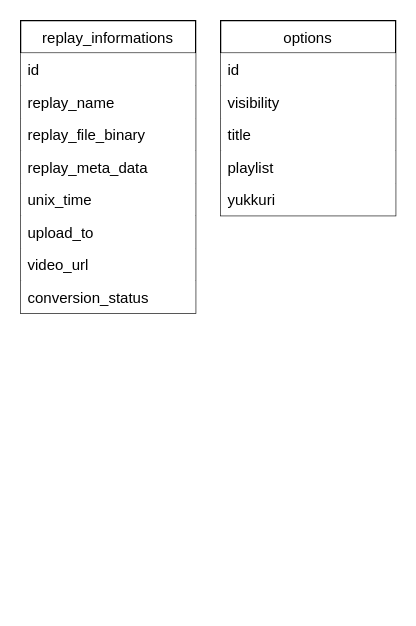
Earlier version of the draw.io diagram page "Page-4" (4 of 4) of Untitled Diagram.drawio (tforce7171/replay_-to_video). Source tidied: cells renumbered, new cells numbered last; positions are measured from the earlier drawing's top-left corner, leaving out a move shared by most shapes. Both pictures are drawn from the tidied source at 125%, with x=0, y=0 at pixel (20, 20).
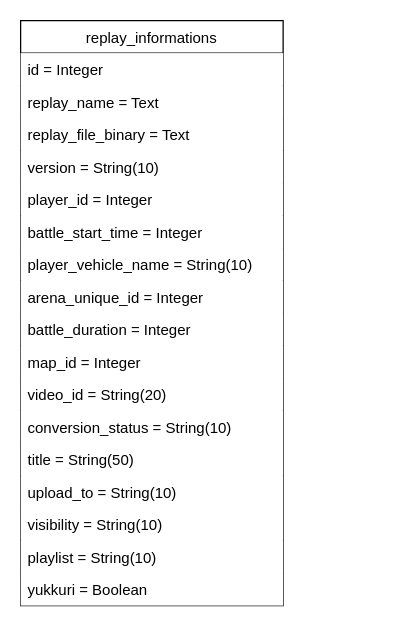
The same page after the edit.

Diff of the diagram source:
```diff
@@
 <mxGraphModel>
   <root>
     <mxCell id="0" />
     <mxCell id="1" parent="0" />
     <mxCell id="2" value="replay_informations" style="swimlane;fontStyle=0;horizontal=1;startSize=26;glass=0;" parent="1" vertex="1">
-      <mxGeometry width="140" height="234" as="geometry" />
+      <mxGeometry width="210" height="468" as="geometry" />
     </mxCell>
-    <mxCell id="3" value="id" style="text;strokeColor=none;align=left;verticalAlign=top;spacingLeft=4;spacingRight=4;overflow=hidden;fillColor=#ffffff;" parent="2" vertex="1">
-      <mxGeometry y="26" width="140" height="26" as="geometry" />
+    <mxCell id="3" value="id = Integer" style="text;strokeColor=none;align=left;verticalAlign=top;spacingLeft=4;spacingRight=4;overflow=hidden;fillColor=#ffffff;" parent="2" vertex="1">
+      <mxGeometry y="26" width="210" height="26" as="geometry" />
     </mxCell>
-    <mxCell id="4" value="replay_name" style="text;strokeColor=none;align=left;verticalAlign=top;spacingLeft=4;spacingRight=4;overflow=hidden;fillColor=#ffffff;" parent="2" vertex="1">
-      <mxGeometry y="52" width="140" height="26" as="geometry" />
+    <mxCell id="4" value="replay_name = Text" style="text;strokeColor=none;align=left;verticalAlign=top;spacingLeft=4;spacingRight=4;overflow=hidden;fillColor=#ffffff;" parent="2" vertex="1">
+      <mxGeometry y="52" width="210" height="26" as="geometry" />
     </mxCell>
-    <mxCell id="5" value="replay_file_binary" style="text;strokeColor=none;align=left;verticalAlign=top;spacingLeft=4;spacingRight=4;overflow=hidden;fillColor=#ffffff;" parent="2" vertex="1">
-      <mxGeometry y="78" width="140" height="26" as="geometry" />
+    <mxCell id="5" value="replay_file_binary = Text" style="text;strokeColor=none;align=left;verticalAlign=top;spacingLeft=4;spacingRight=4;overflow=hidden;fillColor=#ffffff;" parent="2" vertex="1">
+      <mxGeometry y="78" width="210" height="26" as="geometry" />
     </mxCell>
-    <mxCell id="6" value="replay_meta_data" style="text;strokeColor=none;align=left;verticalAlign=top;spacingLeft=4;spacingRight=4;overflow=hidden;fillColor=#ffffff;" parent="2" vertex="1">
-      <mxGeometry y="104" width="140" height="26" as="geometry" />
-    </mxCell>
-    <mxCell id="7" value="unix_time" style="text;strokeColor=none;align=left;verticalAlign=top;spacingLeft=4;spacingRight=4;overflow=hidden;fillColor=#ffffff;" parent="2" vertex="1">
-      <mxGeometry y="130" width="140" height="26" as="geometry" />
-    </mxCell>
-    <mxCell id="8" value="upload_to" style="text;strokeColor=none;align=left;verticalAlign=top;spacingLeft=4;spacingRight=4;overflow=hidden;fillColor=#ffffff;" parent="2" vertex="1">
-      <mxGeometry y="156" width="140" height="26" as="geometry" />
-    </mxCell>
+    <mxCell id="17" value="version = String(10)" style="text;strokeColor=none;align=left;verticalAlign=top;spacingLeft=4;spacingRight=4;overflow=hidden;fillColor=#ffffff;" parent="2" vertex="1">
+      <mxGeometry y="104" width="210" height="26" as="geometry" />
+    </mxCell>
+    <mxCell id="18" value="player_id = Integer" style="text;strokeColor=none;align=left;verticalAlign=top;spacingLeft=4;spacingRight=4;overflow=hidden;fillColor=#ffffff;" parent="2" vertex="1">
+      <mxGeometry y="130" width="210" height="26" as="geometry" />
+    </mxCell>
+    <mxCell id="19" value="battle_start_time = Integer" style="text;strokeColor=none;align=left;verticalAlign=top;spacingLeft=4;spacingRight=4;overflow=hidden;fillColor=#ffffff;" parent="2" vertex="1">
+      <mxGeometry y="156" width="210" height="26" as="geometry" />
+    </mxCell>
+    <mxCell id="20" value="player_vehicle_name = String(10)" style="text;strokeColor=none;align=left;verticalAlign=top;spacingLeft=4;spacingRight=4;overflow=hidden;fillColor=#ffffff;" parent="2" vertex="1">
+      <mxGeometry y="182" width="210" height="26" as="geometry" />
+    </mxCell>
+    <mxCell id="21" value="arena_unique_id = Integer" style="text;strokeColor=none;align=left;verticalAlign=top;spacingLeft=4;spacingRight=4;overflow=hidden;fillColor=#ffffff;" parent="2" vertex="1">
+      <mxGeometry y="208" width="210" height="26" as="geometry" />
+    </mxCell>
+    <mxCell id="22" value="battle_duration = Integer" style="text;strokeColor=none;align=left;verticalAlign=top;spacingLeft=4;spacingRight=4;overflow=hidden;fillColor=#ffffff;" parent="2" vertex="1">
+      <mxGeometry y="234" width="210" height="26" as="geometry" />
+    </mxCell>
+    <mxCell id="23" value="map_id = Integer" style="text;strokeColor=none;align=left;verticalAlign=top;spacingLeft=4;spacingRight=4;overflow=hidden;fillColor=#ffffff;" parent="2" vertex="1">
+      <mxGeometry y="260" width="210" height="26" as="geometry" />
+    </mxCell>
-    <mxCell id="9" value="video_url" style="text;strokeColor=none;align=left;verticalAlign=top;spacingLeft=4;spacingRight=4;overflow=hidden;fillColor=#ffffff;" parent="2" vertex="1">
-      <mxGeometry y="182" width="140" height="26" as="geometry" />
+    <mxCell id="9" value="video_id = String(20)" style="text;strokeColor=none;align=left;verticalAlign=top;spacingLeft=4;spacingRight=4;overflow=hidden;fillColor=#ffffff;" parent="2" vertex="1">
+      <mxGeometry y="286" width="210" height="26" as="geometry" />
     </mxCell>
-    <mxCell id="10" value="conversion_status" style="text;strokeColor=none;align=left;verticalAlign=top;spacingLeft=4;spacingRight=4;overflow=hidden;fillColor=#ffffff;" parent="2" vertex="1">
-      <mxGeometry y="208" width="140" height="26" as="geometry" />
+    <mxCell id="10" value="conversion_status = String(10)" style="text;strokeColor=none;align=left;verticalAlign=top;spacingLeft=4;spacingRight=4;overflow=hidden;fillColor=#ffffff;" parent="2" vertex="1">
+      <mxGeometry y="312" width="210" height="26" as="geometry" />
     </mxCell>
-    <mxCell id="11" value="options" style="swimlane;fontStyle=0;horizontal=1;startSize=26;glass=0;" parent="1" vertex="1">
-      <mxGeometry x="160" width="140" height="156" as="geometry" />
-    </mxCell>
-    <mxCell id="12" value="id" style="text;strokeColor=none;align=left;verticalAlign=top;spacingLeft=4;spacingRight=4;overflow=hidden;fillColor=#ffffff;" parent="11" vertex="1">
-      <mxGeometry y="26" width="140" height="26" as="geometry" />
-    </mxCell>
+    <mxCell id="14" value="title = String(50)" style="text;strokeColor=none;align=left;verticalAlign=top;spacingLeft=4;spacingRight=4;overflow=hidden;fillColor=#ffffff;" parent="2" vertex="1">
+      <mxGeometry y="338" width="210" height="26" as="geometry" />
+    </mxCell>
+    <mxCell id="24" value="upload_to = String(10)" style="text;strokeColor=none;align=left;verticalAlign=top;spacingLeft=4;spacingRight=4;overflow=hidden;fillColor=#ffffff;" parent="2" vertex="1">
+      <mxGeometry y="364" width="210" height="26" as="geometry" />
+    </mxCell>
-    <mxCell id="13" value="visibility" style="text;strokeColor=none;align=left;verticalAlign=top;spacingLeft=4;spacingRight=4;overflow=hidden;fillColor=#ffffff;" parent="11" vertex="1">
-      <mxGeometry y="52" width="140" height="26" as="geometry" />
+    <mxCell id="13" value="visibility = String(10)" style="text;strokeColor=none;align=left;verticalAlign=top;spacingLeft=4;spacingRight=4;overflow=hidden;fillColor=#ffffff;" parent="2" vertex="1">
+      <mxGeometry y="390" width="210" height="26" as="geometry" />
     </mxCell>
-    <mxCell id="14" value="title" style="text;strokeColor=none;align=left;verticalAlign=top;spacingLeft=4;spacingRight=4;overflow=hidden;fillColor=#ffffff;" parent="11" vertex="1">
-      <mxGeometry y="78" width="140" height="26" as="geometry" />
-    </mxCell>
-    <mxCell id="15" value="playlist" style="text;strokeColor=none;align=left;verticalAlign=top;spacingLeft=4;spacingRight=4;overflow=hidden;fillColor=#ffffff;" parent="11" vertex="1">
-      <mxGeometry y="104" width="140" height="26" as="geometry" />
+    <mxCell id="15" value="playlist = String(10)" style="text;strokeColor=none;align=left;verticalAlign=top;spacingLeft=4;spacingRight=4;overflow=hidden;fillColor=#ffffff;" parent="2" vertex="1">
+      <mxGeometry y="416" width="210" height="26" as="geometry" />
     </mxCell>
-    <mxCell id="16" value="yukkuri" style="text;strokeColor=none;align=left;verticalAlign=top;spacingLeft=4;spacingRight=4;overflow=hidden;fillColor=#ffffff;" parent="11" vertex="1">
-      <mxGeometry y="130" width="140" height="26" as="geometry" />
+    <mxCell id="16" value="yukkuri = Boolean" style="text;strokeColor=none;align=left;verticalAlign=top;spacingLeft=4;spacingRight=4;overflow=hidden;fillColor=#ffffff;" parent="2" vertex="1">
+      <mxGeometry y="442" width="210" height="26" as="geometry" />
     </mxCell>
   </root>
 </mxGraphModel>
```
